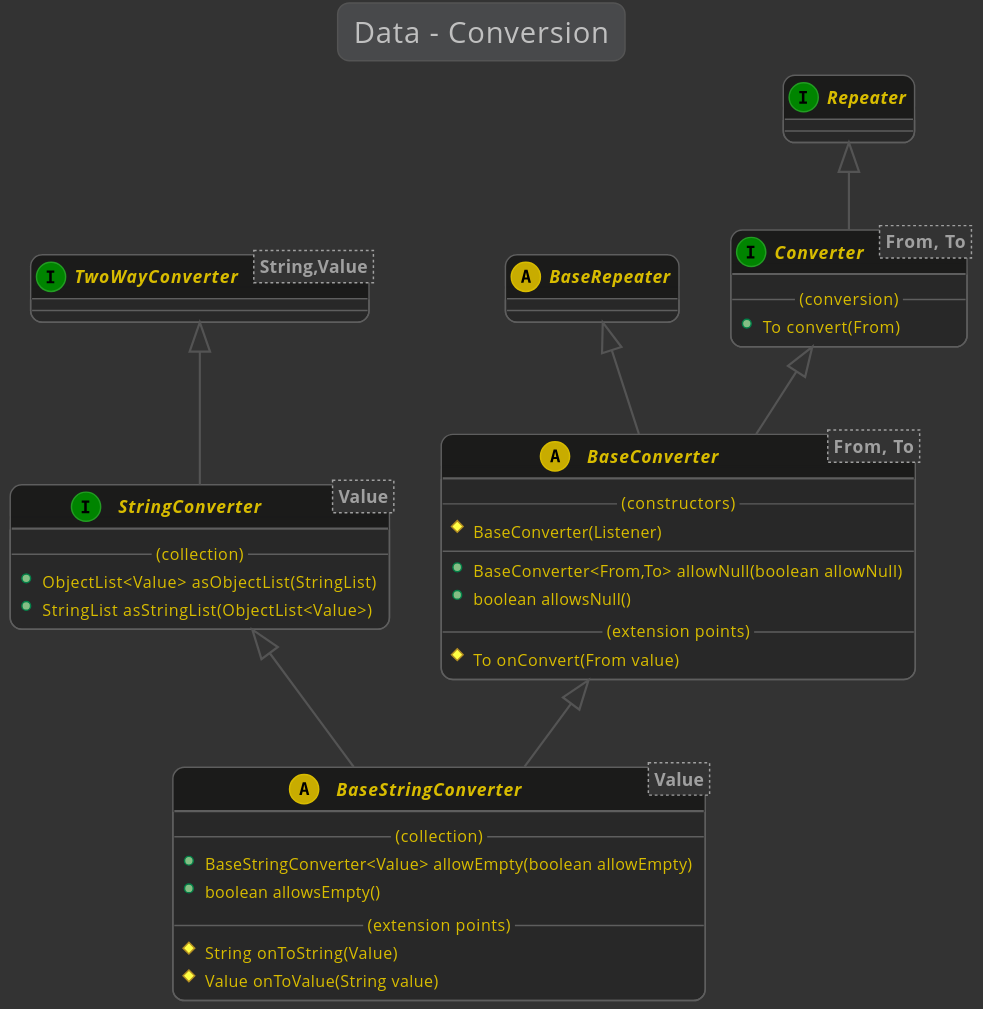
The PlantUML diagram uml/diagram-data-conversion.svg in jonathanlocke/jonathanlocke.github.io, before a commit.
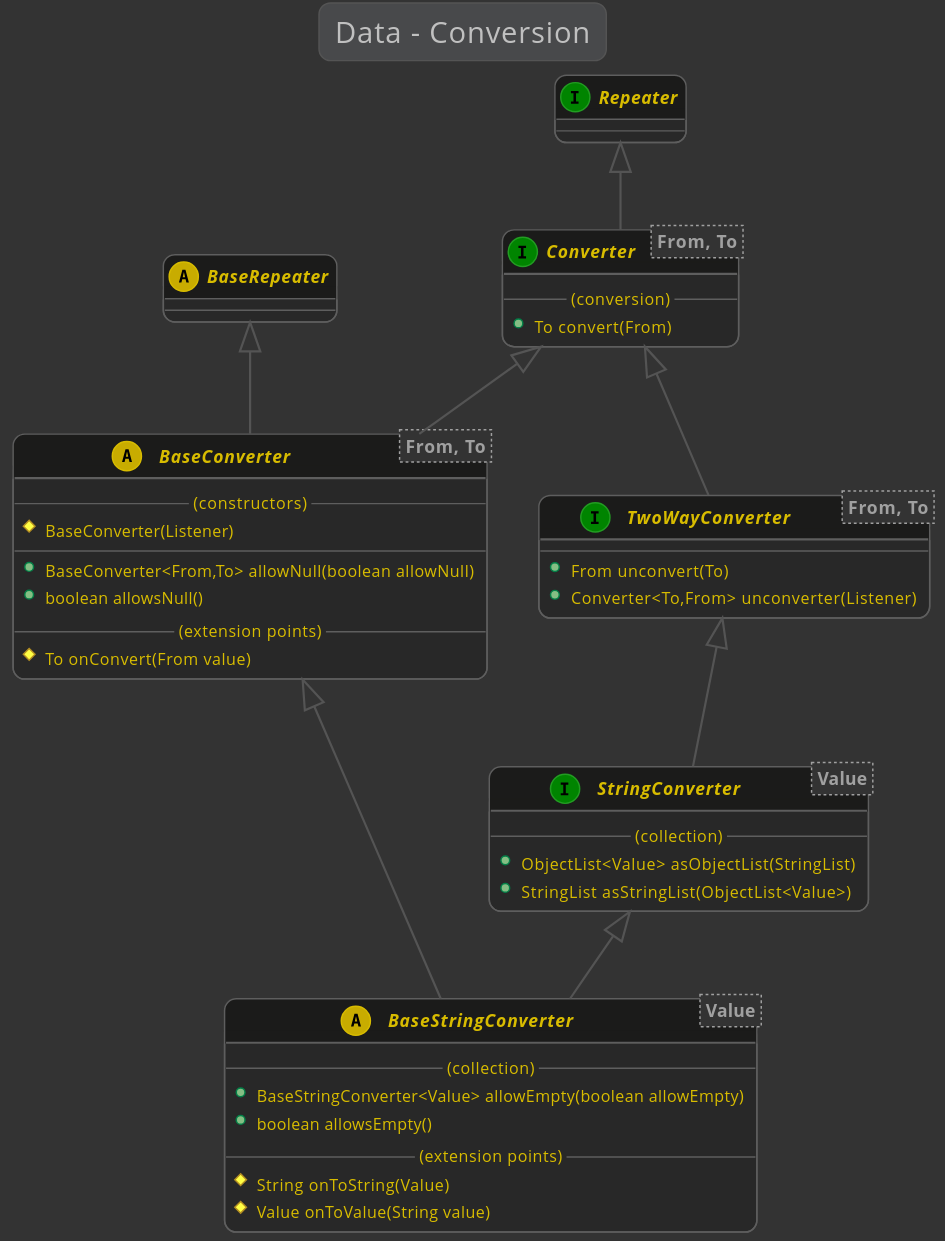
Later version of the same file.

Commit message:
🍱 Update data conversion uml diagram

Change to the diagram source:
```diff
@@ -52,4 +52,13 @@
         +StringList asStringList(ObjectList<Value>)
     }
 
+    interface Converter
+    Converter <|-- TwoWayConverter
+    interface TwoWayConverter<From, To>
+    {
+        --
+        +From unconvert(To)
+        +Converter<To,From> unconverter(Listener)
+    }
+
 @enduml
```
